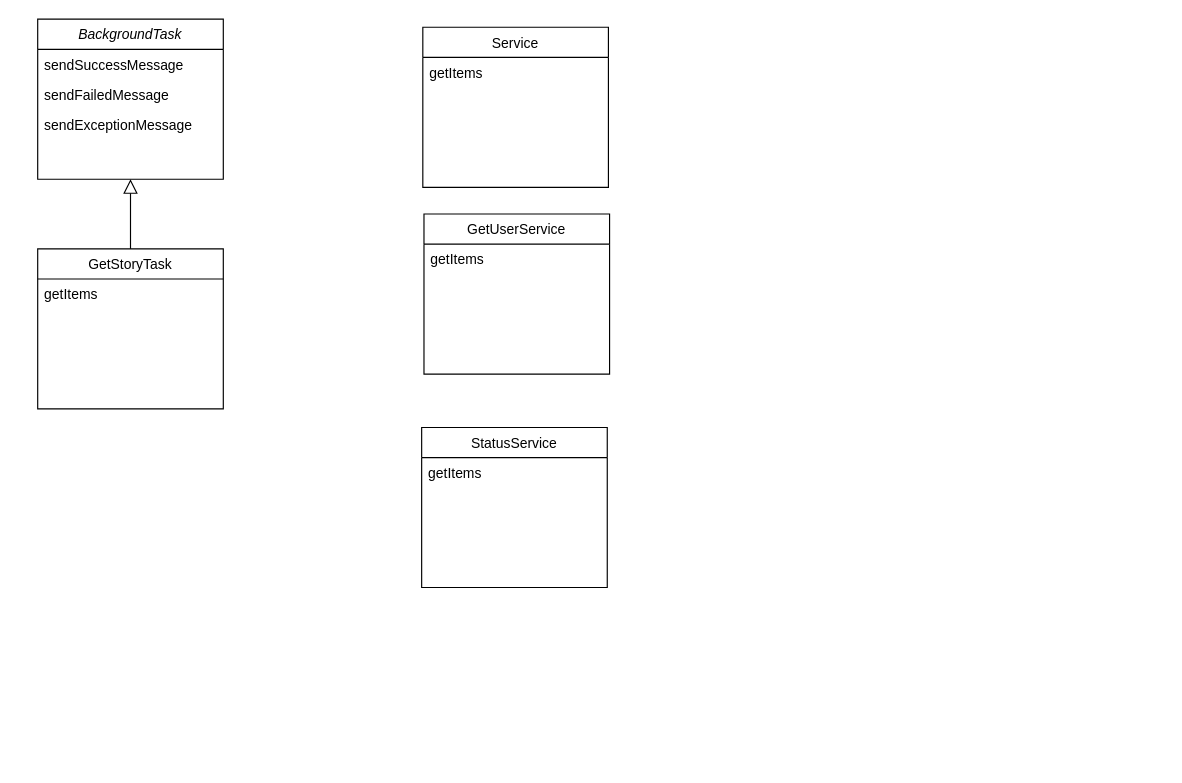
The draw.io diagram page "Page-1" (1 of 2) of Milestone2.drawio in GitLlamma/UML_Diagrams, before the edit. Source tidied: cells renumbered, new cells numbered last; positions are measured from the earlier drawing's top-left corner, leaving out a move shared by most shapes. Both pictures are drawn from the tidied source at 116%, with x=0, y=0 at pixel (37, 19).
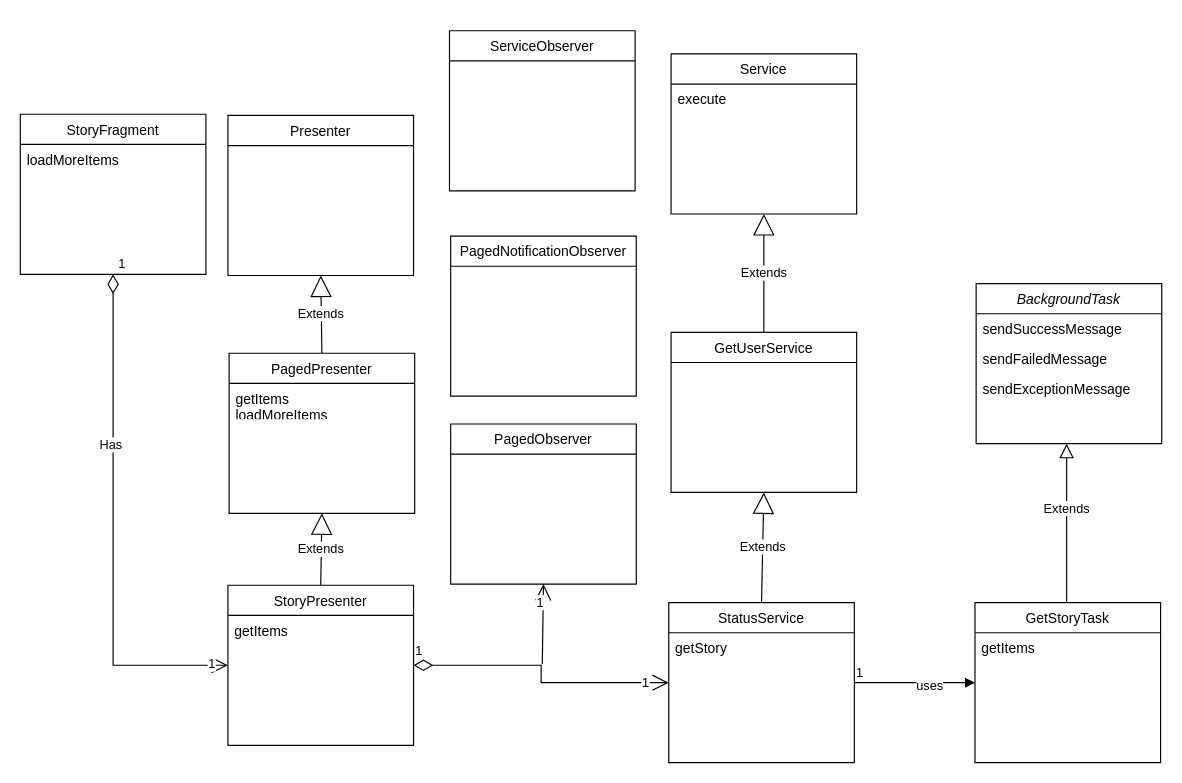
The same diagram, later.

What changed in the source:
```diff
@@
     <mxCell id="2" value="BackgroundTask" style="swimlane;fontStyle=2;align=center;verticalAlign=top;horizontal=1;startSize=26;rounded=0;shadow=0;strokeWidth=1;" parent="1" vertex="1">
-      <mxGeometry width="160" height="138" as="geometry" />
+      <mxGeometry x="809" y="228" width="160" height="138" as="geometry" />
     </mxCell>
@@
     <mxCell id="6" value="GetStoryTask" style="swimlane;fontStyle=0;align=center;verticalAlign=top;horizontal=1;startSize=26;rounded=0;shadow=0;strokeWidth=1;" parent="1" vertex="1">
-      <mxGeometry y="198" width="160" height="138" as="geometry" />
+      <mxGeometry x="808" y="503" width="160" height="138" as="geometry" />
     </mxCell>
@@
     <mxCell id="8" style="endArrow=block;endSize=10;endFill=0;shadow=0;strokeWidth=1;rounded=0;edgeStyle=elbowEdgeStyle;elbow=vertical;" parent="1" edge="1" source="6" target="2">
-      <mxGeometry relative="1" as="geometry" />
+      <mxGeometry relative="1" as="geometry">
+        <Array as="points">
+          <mxPoint x="887" y="435" />
+        </Array>
+      </mxGeometry>
     </mxCell>
+    <mxCell id="15" value="Extends" style="edgeLabel;html=1;align=center;verticalAlign=middle;" parent="8" vertex="1">
+      <mxGeometry x="0.19" y="1" relative="1" as="geometry" />
+    </mxCell>
     <mxCell id="9" value="Service&#10;" style="swimlane;fontStyle=0;align=center;verticalAlign=top;horizontal=1;startSize=26;rounded=0;shadow=0;strokeWidth=1;" parent="1" vertex="1">
-      <mxGeometry x="332" y="7" width="160" height="138" as="geometry" />
+      <mxGeometry x="546" y="30" width="160" height="138" as="geometry" />
     </mxCell>
-    <mxCell id="10" value="getItems" style="text;align=left;verticalAlign=top;spacingLeft=4;spacingRight=4;overflow=hidden;" parent="9" vertex="1">
+    <mxCell id="10" value="execute" style="text;align=left;verticalAlign=top;spacingLeft=4;spacingRight=4;overflow=hidden;" parent="9" vertex="1">
       <mxGeometry y="26" width="160" height="26" as="geometry" />
     </mxCell>
     <mxCell id="11" value="GetUserService" style="swimlane;fontStyle=0;align=center;verticalAlign=top;horizontal=1;startSize=26;rounded=0;shadow=0;strokeWidth=1;" parent="1" vertex="1">
-      <mxGeometry x="333" y="168" width="160" height="138" as="geometry" />
+      <mxGeometry x="546" y="270" width="160" height="138" as="geometry" />
     </mxCell>
-    <mxCell id="12" value="getItems" style="text;align=left;verticalAlign=top;spacingLeft=4;spacingRight=4;overflow=hidden;" parent="11" vertex="1">
-      <mxGeometry y="26" width="160" height="26" as="geometry" />
-    </mxCell>
     <mxCell id="13" value="StatusService&#10;" style="swimlane;fontStyle=0;align=center;verticalAlign=top;horizontal=1;startSize=26;rounded=0;shadow=0;strokeWidth=1;" parent="1" vertex="1">
-      <mxGeometry x="331" y="352" width="160" height="138" as="geometry" />
+      <mxGeometry x="544" y="503" width="160" height="138" as="geometry" />
     </mxCell>
-    <mxCell id="14" value="getItems" style="text;align=left;verticalAlign=top;spacingLeft=4;spacingRight=4;overflow=hidden;" parent="13" vertex="1">
+    <mxCell id="14" value="getStory" style="text;align=left;verticalAlign=top;spacingLeft=4;spacingRight=4;overflow=hidden;" parent="13" vertex="1">
       <mxGeometry y="26" width="160" height="26" as="geometry" />
     </mxCell>
+    <mxCell id="16" value="StoryFragment" style="swimlane;fontStyle=0;align=center;verticalAlign=top;horizontal=1;startSize=26;rounded=0;shadow=0;strokeWidth=1;" parent="1" vertex="1">
+      <mxGeometry x="-15" y="82" width="160" height="138" as="geometry" />
+    </mxCell>
+    <mxCell id="17" value="loadMoreItems" style="text;align=left;verticalAlign=top;spacingLeft=4;spacingRight=4;overflow=hidden;" parent="16" vertex="1">
+      <mxGeometry y="26" width="160" height="26" as="geometry" />
+    </mxCell>
+    <mxCell id="18" value="StoryPresenter" style="swimlane;fontStyle=0;align=center;verticalAlign=top;horizontal=1;startSize=26;rounded=0;shadow=0;strokeWidth=1;" parent="1" vertex="1">
+      <mxGeometry x="164" y="488" width="160" height="138" as="geometry" />
+    </mxCell>
+    <mxCell id="12" value="getItems" style="text;align=left;verticalAlign=top;spacingLeft=4;spacingRight=4;overflow=hidden;" parent="18" vertex="1">
+      <mxGeometry y="26" width="160" height="26" as="geometry" />
+    </mxCell>
+    <mxCell id="19" value="PagedPresenter" style="swimlane;fontStyle=0;align=center;verticalAlign=top;horizontal=1;startSize=26;rounded=0;shadow=0;strokeWidth=1;" parent="1" vertex="1">
+      <mxGeometry x="165" y="288" width="160" height="138" as="geometry" />
+    </mxCell>
+    <mxCell id="20" value="getItems&#10;loadMoreItems" style="text;align=left;verticalAlign=top;spacingLeft=4;spacingRight=4;overflow=hidden;" parent="19" vertex="1">
+      <mxGeometry y="26" width="160" height="26" as="geometry" />
+    </mxCell>
+    <mxCell id="21" value="Presenter" style="swimlane;fontStyle=0;align=center;verticalAlign=top;horizontal=1;startSize=26;rounded=0;shadow=0;strokeWidth=1;" parent="1" vertex="1">
+      <mxGeometry x="164" y="83" width="160" height="138" as="geometry" />
+    </mxCell>
+    <mxCell id="22" value="Extends" style="endArrow=block;endSize=16;endFill=0;html=1;rounded=0;exitX=0.5;exitY=0;exitDx=0;exitDy=0;entryX=0.5;entryY=1;entryDx=0;entryDy=0;" parent="1" edge="1" source="18" target="19">
+      <mxGeometry relative="1" as="geometry" />
+    </mxCell>
+    <mxCell id="23" value="Extends" style="endArrow=block;endSize=16;endFill=0;html=1;rounded=0;exitX=0.5;exitY=0;exitDx=0;exitDy=0;entryX=0.5;entryY=1;entryDx=0;entryDy=0;" parent="1" edge="1" source="19" target="21">
+      <mxGeometry relative="1" as="geometry" />
+    </mxCell>
+    <mxCell id="24" value="1" style="endArrow=open;html=1;endSize=12;startArrow=diamondThin;startSize=14;startFill=0;edgeStyle=orthogonalEdgeStyle;align=left;verticalAlign=bottom;rounded=0;exitX=0.5;exitY=1;exitDx=0;exitDy=0;entryX=0;entryY=0.5;entryDx=0;entryDy=0;" parent="1" edge="1" source="16" target="18">
+      <mxGeometry x="-1" y="3" relative="1" as="geometry" />
+    </mxCell>
+    <mxCell id="25" value="Has" style="edgeLabel;html=1;align=center;verticalAlign=middle;" parent="24" vertex="1">
+      <mxGeometry x="-0.33" y="-3" relative="1" as="geometry" />
+    </mxCell>
+    <mxCell id="26" value="1" style="edgeLabel;html=1;align=center;verticalAlign=middle;" parent="24" vertex="1">
+      <mxGeometry x="0.93" y="2" relative="1" as="geometry" />
+    </mxCell>
+    <mxCell id="27" value="1" style="endArrow=open;html=1;endSize=12;startArrow=diamondThin;startSize=14;startFill=0;edgeStyle=orthogonalEdgeStyle;align=left;verticalAlign=bottom;rounded=0;entryX=0;entryY=0.5;entryDx=0;entryDy=0;exitX=1;exitY=0.5;exitDx=0;exitDy=0;" parent="1" edge="1" source="18" target="13">
+      <mxGeometry x="-1" y="3" relative="1" as="geometry" />
+    </mxCell>
+    <mxCell id="28" value="1" style="edgeLabel;html=1;align=center;verticalAlign=middle;" parent="27" vertex="1">
+      <mxGeometry x="0.82" y="1" relative="1" as="geometry" />
+    </mxCell>
+    <mxCell id="29" value="Extends" style="endArrow=block;endSize=16;endFill=0;html=1;rounded=0;exitX=0.5;exitY=0;exitDx=0;exitDy=0;entryX=0.5;entryY=1;entryDx=0;entryDy=0;" parent="1" edge="1" source="13" target="11">
+      <mxGeometry relative="1" as="geometry" />
+    </mxCell>
+    <mxCell id="30" value="Extends" style="endArrow=block;endSize=16;endFill=0;html=1;rounded=0;exitX=0.5;exitY=0;exitDx=0;exitDy=0;entryX=0.5;entryY=1;entryDx=0;entryDy=0;" parent="1" edge="1" source="11" target="9">
+      <mxGeometry relative="1" as="geometry" />
+    </mxCell>
+    <mxCell id="31" style="endArrow=block;endFill=1;html=1;edgeStyle=orthogonalEdgeStyle;align=left;verticalAlign=top;rounded=0;exitX=1;exitY=0.5;exitDx=0;exitDy=0;entryX=0;entryY=0.5;entryDx=0;entryDy=0;" parent="1" edge="1" source="13" target="6">
+      <mxGeometry x="-1" relative="1" as="geometry" />
+    </mxCell>
+    <mxCell id="32" value="1" style="edgeLabel;html=1;align=left;verticalAlign=bottom;" parent="31" vertex="1">
+      <mxGeometry x="-1" relative="1" as="geometry" />
+    </mxCell>
+    <mxCell id="33" value="uses" style="edgeLabel;html=1;align=center;verticalAlign=middle;" parent="31" vertex="1">
+      <mxGeometry x="0.23" y="-2" relative="1" as="geometry" />
+    </mxCell>
+    <mxCell id="34" value="ServiceObserver" style="swimlane;fontStyle=0;align=center;verticalAlign=top;horizontal=1;startSize=26;rounded=0;shadow=0;strokeWidth=1;" parent="1" vertex="1">
+      <mxGeometry x="355" y="10" width="160" height="138" as="geometry" />
+    </mxCell>
+    <mxCell id="35" value="PagedNotificationObserver" style="swimlane;fontStyle=0;align=center;verticalAlign=top;horizontal=1;startSize=26;rounded=0;shadow=0;strokeWidth=1;" parent="1" vertex="1">
+      <mxGeometry x="356" y="187" width="160" height="138" as="geometry" />
+    </mxCell>
+    <mxCell id="36" value="PagedObserver" style="swimlane;fontStyle=0;align=center;verticalAlign=top;horizontal=1;startSize=26;rounded=0;shadow=0;strokeWidth=1;" parent="1" vertex="1">
+      <mxGeometry x="356" y="349" width="160" height="138" as="geometry" />
+    </mxCell>
+    <mxCell id="37" style="endArrow=open;endFill=1;endSize=12;html=1;rounded=0;entryX=0.5;entryY=1;entryDx=0;entryDy=0;" parent="1" edge="1" target="36">
+      <mxGeometry relative="1" as="geometry">
+        <mxPoint x="435" y="556" as="sourcePoint" />
+      </mxGeometry>
+    </mxCell>
+    <mxCell id="38" value="1" style="edgeLabel;html=1;align=center;verticalAlign=middle;" parent="37" vertex="1">
+      <mxGeometry x="0.54" y="3" relative="1" as="geometry" />
+    </mxCell>
```
